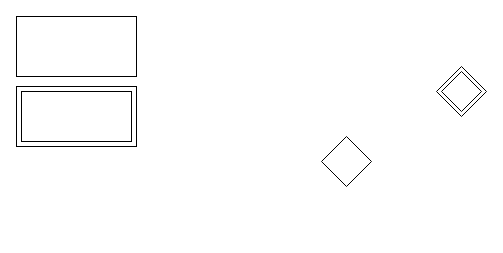
SrGesus/bd-projects-23 keeps this draw.io diagram as p01/EA-Diagram.drawio. Above is the earlier version. Source tidied: cells renumbered, new cells numbered last; positions are measured from the earlier drawing's top-left corner, leaving out a move shared by most shapes. Both pictures are drawn from the tidied source at 100%, with x=0, y=0 at pixel (16, 16).
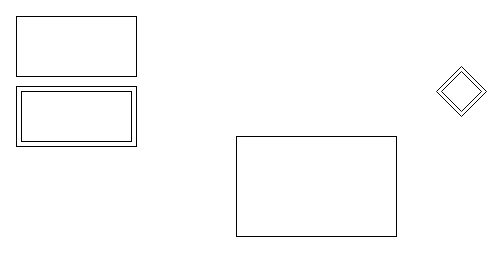
After the change.

The edit, as a diff of the source:
```diff
@@
 <mxGraphModel>
   <root>
     <mxCell id="0" />
     <mxCell id="1" parent="0" />
     <mxCell id="2" style="whiteSpace=wrap;html=1;" parent="1" vertex="1">
       <mxGeometry width="120" height="60" as="geometry" />
     </mxCell>
     <mxCell id="3" style="group;" parent="1" vertex="1">
       <mxGeometry y="70" width="120" height="60" as="geometry" />
     </mxCell>
     <mxCell id="4" style="rounded=0;whiteSpace=wrap;html=1;strokeColor=default;shadow=0;" parent="3" vertex="1">
       <mxGeometry width="120" height="60" as="geometry" />
     </mxCell>
     <mxCell id="5" style="rounded=0;whiteSpace=wrap;html=1;" parent="3" vertex="1">
       <mxGeometry x="5" y="5" width="110" height="50" as="geometry" />
     </mxCell>
     <mxCell id="6" style="rhombus;whiteSpace=wrap;html=1;" parent="1" vertex="1">
       <mxGeometry x="305" y="120" width="50" height="50" as="geometry" />
     </mxCell>
     <mxCell id="7" style="group;" parent="1" vertex="1">
       <mxGeometry x="420" y="50" width="50" height="50" as="geometry" />
     </mxCell>
     <mxCell id="8" style="rhombus;whiteSpace=wrap;html=1;" parent="7" vertex="1">
       <mxGeometry width="50" height="50" as="geometry" />
     </mxCell>
     <mxCell id="9" style="rhombus;whiteSpace=wrap;html=1;" parent="7" vertex="1">
       <mxGeometry x="5" y="5" width="40" height="40" as="geometry" />
     </mxCell>
+    <mxCell id="10" style="rounded=0;whiteSpace=wrap;html=1;" parent="1" vertex="1">
+      <mxGeometry x="220" y="120" width="160" height="100" as="geometry" />
+    </mxCell>
   </root>
 </mxGraphModel>
```
